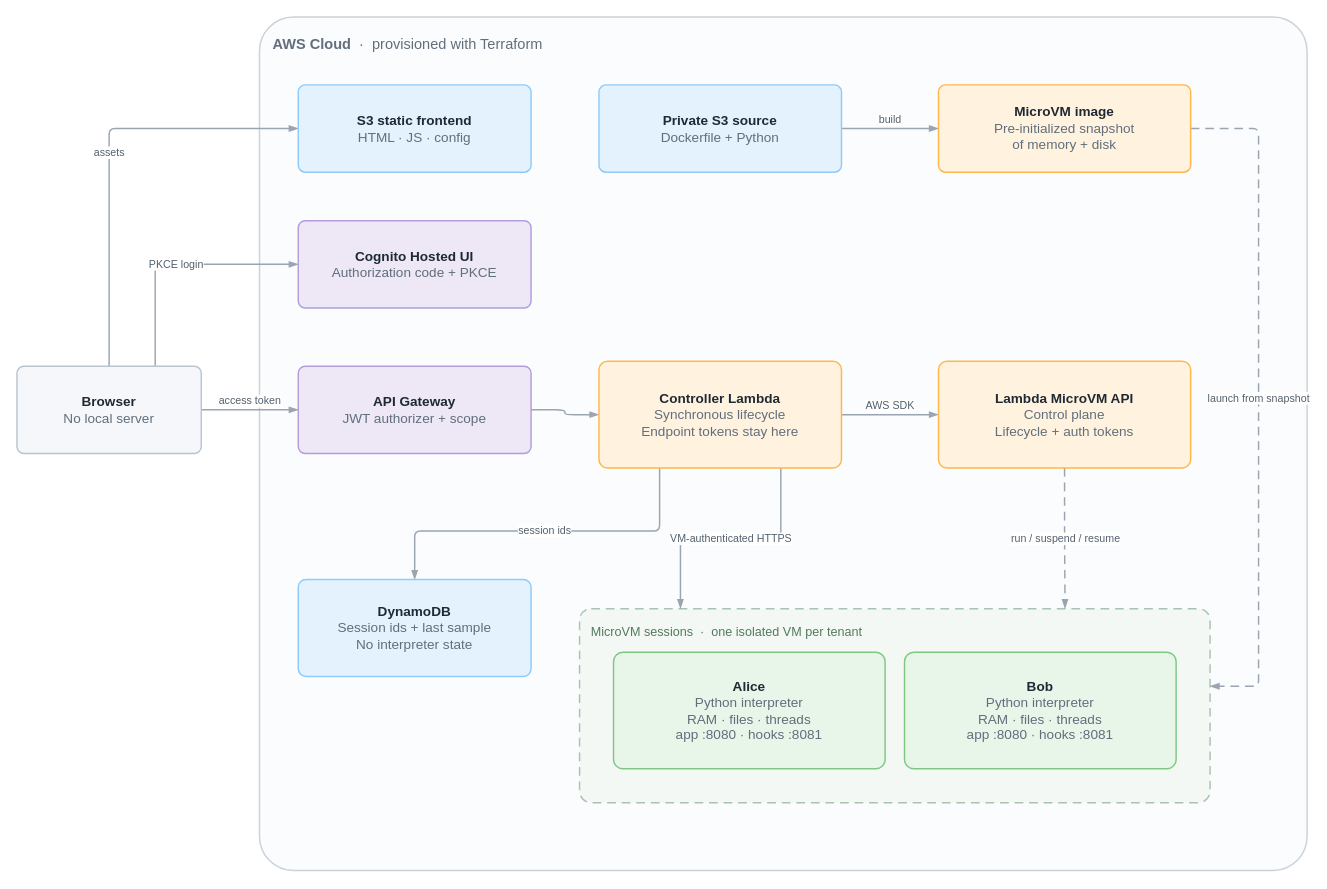
mamonaco1973/aws-lambda-microvms keeps this draw.io diagram as aws-lambda-microvms.drawio. Above is the earlier version. Source tidied: cells renumbered, new cells numbered last; positions are measured from the earlier drawing's top-left corner, leaving out a move shared by most shapes. Both pictures are drawn from the tidied source at 97%, with x=0, y=0 at pixel (16, 16).
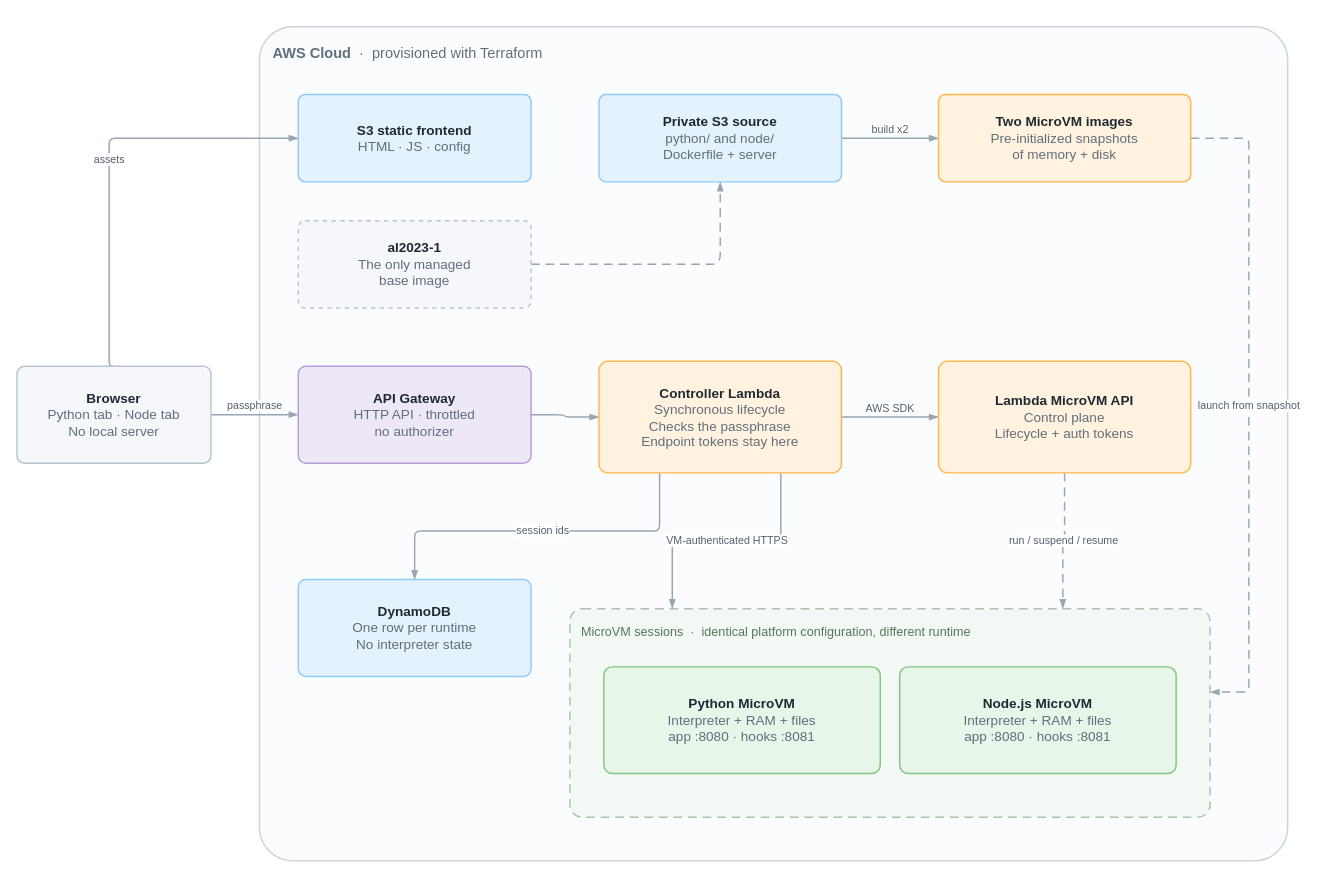
Above is the later version.

What changed in the source:
```diff
@@
     <mxCell id="2" value="&lt;b&gt;AWS Cloud&lt;/b&gt;  ·  provisioned with Terraform" style="rounded=1;arcSize=4;fillColor=#FBFCFD;strokeColor=#CBD2D9;strokeWidth=1.5;verticalAlign=top;align=left;spacing=14;fontSize=15;fontColor=#616E7C;fontFamily=Helvetica;html=1;" parent="1" vertex="1">
-      <mxGeometry x="250" width="1080" height="880" as="geometry" />
+      <mxGeometry x="250" y="10" width="1060" height="860" as="geometry" />
     </mxCell>
-    <mxCell id="3" value="MicroVM sessions  ·  one isolated VM per tenant" style="rounded=1;arcSize=6;fillColor=#F4F8F5;strokeColor=#A7C4AE;strokeWidth=1.5;dashed=1;dashPattern=6 4;verticalAlign=top;align=left;spacing=12;fontSize=13;fontColor=#52795D;fontFamily=Helvetica;html=1;" parent="1" vertex="1">
-      <mxGeometry x="580" y="610" width="650" height="200" as="geometry" />
+    <mxCell id="3" value="MicroVM sessions  ·  identical platform configuration, different runtime" style="rounded=1;arcSize=6;fillColor=#F4F8F5;strokeColor=#A7C4AE;strokeWidth=1.5;dashed=1;dashPattern=6 4;verticalAlign=top;align=left;spacing=12;fontSize=13;fontColor=#52795D;fontFamily=Helvetica;html=1;" parent="1" vertex="1">
+      <mxGeometry x="570" y="610" width="660" height="215" as="geometry" />
     </mxCell>
     <mxCell id="4" value="assets" style="edgeStyle=orthogonalEdgeStyle;rounded=1;arcSize=12;html=1;fontSize=11;fontColor=#52606D;fontFamily=Helvetica;strokeColor=#9AA5B1;strokeWidth=1.5;endArrow=blockThin;endFill=1;labelBackgroundColor=#FFFFFF;exitX=0.5;exitY=0;exitDx=0;exitDy=0;entryX=0;entryY=0.5;entryDx=0;entryDy=0;" parent="1" edge="1" source="14" target="15">
       <mxGeometry relative="1" as="geometry">
         <Array as="points">
-          <mxPoint x="95" y="115" />
+          <mxPoint x="95" y="125" />
         </Array>
       </mxGeometry>
     </mxCell>
-    <mxCell id="5" value="PKCE login" style="edgeStyle=orthogonalEdgeStyle;rounded=1;arcSize=12;html=1;fontSize=11;fontColor=#52606D;fontFamily=Helvetica;strokeColor=#9AA5B1;strokeWidth=1.5;endArrow=blockThin;endFill=1;labelBackgroundColor=#FFFFFF;exitX=0.75;exitY=0;exitDx=0;exitDy=0;entryX=0;entryY=0.5;entryDx=0;entryDy=0;" parent="1" edge="1" source="14" target="16">
-      <mxGeometry relative="1" as="geometry">
-        <Array as="points">
-          <mxPoint x="143" y="255" />
-        </Array>
-      </mxGeometry>
+    <mxCell id="5" value="passphrase" style="edgeStyle=orthogonalEdgeStyle;rounded=1;html=1;fontSize=11;fontColor=#52606D;fontFamily=Helvetica;strokeColor=#9AA5B1;strokeWidth=1.5;endArrow=blockThin;endFill=1;labelBackgroundColor=#FFFFFF;verticalAlign=bottom;" parent="1" edge="1" source="14" target="17">
+      <mxGeometry relative="1" as="geometry" />
     </mxCell>
-    <mxCell id="6" value="access token" style="edgeStyle=orthogonalEdgeStyle;rounded=1;html=1;fontSize=11;fontColor=#52606D;fontFamily=Helvetica;strokeColor=#9AA5B1;strokeWidth=1.5;endArrow=blockThin;endFill=1;labelBackgroundColor=#FFFFFF;verticalAlign=bottom;" parent="1" edge="1" source="14" target="17">
+    <mxCell id="6" style="edgeStyle=orthogonalEdgeStyle;rounded=1;html=1;fontSize=11;strokeColor=#9AA5B1;strokeWidth=1.5;endArrow=blockThin;endFill=1;" parent="1" edge="1" source="17" target="21">
       <mxGeometry relative="1" as="geometry" />
     </mxCell>
-    <mxCell id="7" style="edgeStyle=orthogonalEdgeStyle;rounded=1;html=1;fontSize=11;strokeColor=#9AA5B1;strokeWidth=1.5;endArrow=blockThin;endFill=1;" parent="1" edge="1" source="17" target="21">
-      <mxGeometry relative="1" as="geometry" />
+    <mxCell id="7" value="session ids" style="edgeStyle=orthogonalEdgeStyle;rounded=1;arcSize=12;html=1;fontSize=11;fontColor=#52606D;fontFamily=Helvetica;strokeColor=#9AA5B1;strokeWidth=1.5;endArrow=blockThin;endFill=1;labelBackgroundColor=#FFFFFF;exitX=0.25;exitY=1;exitDx=0;exitDy=0;entryX=0.5;entryY=0;entryDx=0;entryDy=0;" parent="1" edge="1" source="21" target="18">
+      <mxGeometry relative="1" as="geometry">
+        <Array as="points">
+          <mxPoint x="663" y="530" />
+          <mxPoint x="410" y="530" />
+        </Array>
+      </mxGeometry>
     </mxCell>
-    <mxCell id="8" value="session ids" style="edgeStyle=orthogonalEdgeStyle;rounded=1;arcSize=12;html=1;fontSize=11;fontColor=#52606D;fontFamily=Helvetica;strokeColor=#9AA5B1;strokeWidth=1.5;endArrow=blockThin;endFill=1;labelBackgroundColor=#FFFFFF;exitX=0.25;exitY=1;exitDx=0;exitDy=0;entryX=0.5;entryY=0;entryDx=0;entryDy=0;" parent="1" edge="1" source="21" target="18">
-      <mxGeometry relative="1" as="geometry">
-        <Array as="points">
-          <mxPoint x="663" y="530" />
-          <mxPoint x="410" y="530" />
-        </Array>
-      </mxGeometry>
+    <mxCell id="8" value="AWS SDK" style="edgeStyle=orthogonalEdgeStyle;rounded=1;html=1;fontSize=11;fontColor=#52606D;fontFamily=Helvetica;strokeColor=#9AA5B1;strokeWidth=1.5;endArrow=blockThin;endFill=1;labelBackgroundColor=#FFFFFF;verticalAlign=bottom;" parent="1" edge="1" source="21" target="22">
+      <mxGeometry relative="1" as="geometry" />
     </mxCell>
-    <mxCell id="9" value="AWS SDK" style="edgeStyle=orthogonalEdgeStyle;rounded=1;html=1;fontSize=11;fontColor=#52606D;fontFamily=Helvetica;strokeColor=#9AA5B1;strokeWidth=1.5;endArrow=blockThin;endFill=1;labelBackgroundColor=#FFFFFF;verticalAlign=bottom;" parent="1" edge="1" source="21" target="22">
+    <mxCell id="9" value="VM-authenticated HTTPS" style="edgeStyle=orthogonalEdgeStyle;rounded=1;arcSize=12;html=1;fontSize=11;fontColor=#52606D;fontFamily=Helvetica;strokeColor=#9AA5B1;strokeWidth=1.5;endArrow=blockThin;endFill=1;labelBackgroundColor=#FFFFFF;exitX=0.75;exitY=1;exitDx=0;exitDy=0;entryX=0.16;entryY=0;entryDx=0;entryDy=0;" parent="1" edge="1" source="21" target="3">
       <mxGeometry relative="1" as="geometry" />
     </mxCell>
-    <mxCell id="10" value="VM-authenticated HTTPS" style="edgeStyle=orthogonalEdgeStyle;rounded=1;arcSize=12;html=1;fontSize=11;fontColor=#52606D;fontFamily=Helvetica;strokeColor=#9AA5B1;strokeWidth=1.5;endArrow=blockThin;endFill=1;labelBackgroundColor=#FFFFFF;exitX=0.75;exitY=1;exitDx=0;exitDy=0;entryX=0.16;entryY=0;entryDx=0;entryDy=0;" parent="1" edge="1" source="21" target="3">
+    <mxCell id="10" value="run / suspend / resume" style="edgeStyle=orthogonalEdgeStyle;rounded=1;arcSize=12;html=1;fontSize=11;fontColor=#52606D;fontFamily=Helvetica;strokeColor=#9AA5B1;strokeWidth=1.5;endArrow=blockThin;endFill=1;dashed=1;dashPattern=6 4;labelBackgroundColor=#FFFFFF;exitX=0.5;exitY=1;exitDx=0;exitDy=0;entryX=0.77;entryY=0;entryDx=0;entryDy=0;" parent="1" edge="1" source="22" target="3">
       <mxGeometry relative="1" as="geometry" />
     </mxCell>
-    <mxCell id="11" value="run / suspend / resume" style="edgeStyle=orthogonalEdgeStyle;rounded=1;arcSize=12;html=1;fontSize=11;fontColor=#52606D;fontFamily=Helvetica;strokeColor=#9AA5B1;strokeWidth=1.5;endArrow=blockThin;endFill=1;dashed=1;dashPattern=6 4;labelBackgroundColor=#FFFFFF;exitX=0.5;exitY=1;exitDx=0;exitDy=0;entryX=0.77;entryY=0;entryDx=0;entryDy=0;" parent="1" edge="1" source="22" target="3">
+    <mxCell id="11" value="build x2" style="edgeStyle=orthogonalEdgeStyle;rounded=1;html=1;fontSize=11;fontColor=#52606D;fontFamily=Helvetica;strokeColor=#9AA5B1;strokeWidth=1.5;endArrow=blockThin;endFill=1;labelBackgroundColor=#FFFFFF;verticalAlign=bottom;" parent="1" edge="1" source="19" target="26">
       <mxGeometry relative="1" as="geometry" />
     </mxCell>
-    <mxCell id="12" value="build" style="edgeStyle=orthogonalEdgeStyle;rounded=1;html=1;fontSize=11;fontColor=#52606D;fontFamily=Helvetica;strokeColor=#9AA5B1;strokeWidth=1.5;endArrow=blockThin;endFill=1;labelBackgroundColor=#FFFFFF;verticalAlign=bottom;" parent="1" edge="1" source="19" target="20">
+    <mxCell id="12" style="edgeStyle=orthogonalEdgeStyle;rounded=1;html=1;fontSize=11;strokeColor=#9AA5B1;strokeWidth=1.5;endArrow=blockThin;endFill=1;dashed=1;dashPattern=6 4;" parent="1" edge="1" source="25" target="19">
       <mxGeometry relative="1" as="geometry" />
     </mxCell>
-    <mxCell id="13" value="launch from snapshot" style="edgeStyle=orthogonalEdgeStyle;rounded=1;arcSize=12;html=1;fontSize=11;fontColor=#52606D;fontFamily=Helvetica;strokeColor=#9AA5B1;strokeWidth=1.5;endArrow=blockThin;endFill=1;dashed=1;dashPattern=6 4;labelBackgroundColor=#FFFFFF;exitX=1;exitY=0.5;exitDx=0;exitDy=0;entryX=1;entryY=0.4;entryDx=0;entryDy=0;" parent="1" edge="1" source="20" target="3">
+    <mxCell id="13" value="launch from snapshot" style="edgeStyle=orthogonalEdgeStyle;rounded=1;arcSize=12;html=1;fontSize=11;fontColor=#52606D;fontFamily=Helvetica;strokeColor=#9AA5B1;strokeWidth=1.5;endArrow=blockThin;endFill=1;dashed=1;dashPattern=6 4;labelBackgroundColor=#FFFFFF;exitX=1;exitY=0.5;exitDx=0;exitDy=0;entryX=1;entryY=0.4;entryDx=0;entryDy=0;" parent="1" edge="1" source="26" target="3">
       <mxGeometry relative="1" as="geometry">
         <Array as="points">
-          <mxPoint x="1280" y="115" />
-          <mxPoint x="1280" y="690" />
+          <mxPoint x="1270" y="125" />
+          <mxPoint x="1270" y="696" />
         </Array>
       </mxGeometry>
     </mxCell>
-    <mxCell id="14" value="&lt;b&gt;Browser&lt;/b&gt;&lt;br&gt;&lt;font color=&quot;#616E7C&quot;&gt;No local server&lt;/font&gt;" style="rounded=1;arcSize=8;whiteSpace=wrap;html=1;fontSize=14;fontColor=#1F2933;fontFamily=Helvetica;fillColor=#F5F7FA;strokeColor=#B9C4D0;strokeWidth=1.5;" parent="1" vertex="1">
-      <mxGeometry y="360" width="190" height="90" as="geometry" />
+    <mxCell id="14" value="&lt;b&gt;Browser&lt;/b&gt;&lt;br&gt;&lt;font color=&quot;#616E7C&quot;&gt;Python tab · Node tab&lt;br&gt;No local server&lt;/font&gt;" style="rounded=1;arcSize=8;whiteSpace=wrap;html=1;fontSize=14;fontColor=#1F2933;fontFamily=Helvetica;fillColor=#F5F7FA;strokeColor=#B9C4D0;strokeWidth=1.5;" parent="1" vertex="1">
+      <mxGeometry y="360" width="200" height="100" as="geometry" />
     </mxCell>
     <mxCell id="15" value="&lt;b&gt;S3 static frontend&lt;/b&gt;&lt;br&gt;&lt;font color=&quot;#616E7C&quot;&gt;HTML · JS · config&lt;/font&gt;" style="rounded=1;arcSize=8;whiteSpace=wrap;html=1;fontSize=14;fontColor=#1F2933;fontFamily=Helvetica;fillColor=#E3F2FD;strokeColor=#90CAF9;strokeWidth=1.5;" parent="1" vertex="1">
-      <mxGeometry x="290" y="70" width="240" height="90" as="geometry" />
+      <mxGeometry x="290" y="80" width="240" height="90" as="geometry" />
     </mxCell>
-    <mxCell id="16" value="&lt;b&gt;Cognito Hosted UI&lt;/b&gt;&lt;br&gt;&lt;font color=&quot;#616E7C&quot;&gt;Authorization code + PKCE&lt;/font&gt;" style="rounded=1;arcSize=8;whiteSpace=wrap;html=1;fontSize=14;fontColor=#1F2933;fontFamily=Helvetica;fillColor=#EDE7F6;strokeColor=#B39DDB;strokeWidth=1.5;" parent="1" vertex="1">
-      <mxGeometry x="290" y="210" width="240" height="90" as="geometry" />
-    </mxCell>
-    <mxCell id="17" value="&lt;b&gt;API Gateway&lt;/b&gt;&lt;br&gt;&lt;font color=&quot;#616E7C&quot;&gt;JWT authorizer + scope&lt;/font&gt;" style="rounded=1;arcSize=8;whiteSpace=wrap;html=1;fontSize=14;fontColor=#1F2933;fontFamily=Helvetica;fillColor=#EDE7F6;strokeColor=#B39DDB;strokeWidth=1.5;" parent="1" vertex="1">
-      <mxGeometry x="290" y="360" width="240" height="90" as="geometry" />
+    <mxCell id="17" value="&lt;b&gt;API Gateway&lt;/b&gt;&lt;br&gt;&lt;font color=&quot;#616E7C&quot;&gt;HTTP API · throttled&lt;br&gt;no authorizer&lt;/font&gt;" style="rounded=1;arcSize=8;whiteSpace=wrap;html=1;fontSize=14;fontColor=#1F2933;fontFamily=Helvetica;fillColor=#EDE7F6;strokeColor=#B39DDB;strokeWidth=1.5;" parent="1" vertex="1">
+      <mxGeometry x="290" y="360" width="240" height="100" as="geometry" />
     </mxCell>
-    <mxCell id="18" value="&lt;b&gt;DynamoDB&lt;/b&gt;&lt;br&gt;&lt;font color=&quot;#616E7C&quot;&gt;Session ids + last sample&lt;br&gt;No interpreter state&lt;/font&gt;" style="rounded=1;arcSize=8;whiteSpace=wrap;html=1;fontSize=14;fontColor=#1F2933;fontFamily=Helvetica;fillColor=#E3F2FD;strokeColor=#90CAF9;strokeWidth=1.5;" parent="1" vertex="1">
+    <mxCell id="18" value="&lt;b&gt;DynamoDB&lt;/b&gt;&lt;br&gt;&lt;font color=&quot;#616E7C&quot;&gt;One row per runtime&lt;br&gt;No interpreter state&lt;/font&gt;" style="rounded=1;arcSize=8;whiteSpace=wrap;html=1;fontSize=14;fontColor=#1F2933;fontFamily=Helvetica;fillColor=#E3F2FD;strokeColor=#90CAF9;strokeWidth=1.5;" parent="1" vertex="1">
       <mxGeometry x="290" y="580" width="240" height="100" as="geometry" />
     </mxCell>
+    <mxCell id="25" value="&lt;b&gt;al2023-1&lt;/b&gt;&lt;br&gt;&lt;font color=&quot;#616E7C&quot;&gt;The only managed&lt;br&gt;base image&lt;/font&gt;" style="rounded=1;arcSize=8;whiteSpace=wrap;html=1;fontSize=14;fontColor=#1F2933;fontFamily=Helvetica;fillColor=#F5F7FA;strokeColor=#B9C4D0;strokeWidth=1.5;dashed=1;" parent="1" vertex="1">
+      <mxGeometry x="290" y="210" width="240" height="90" as="geometry" />
+    </mxCell>
-    <mxCell id="19" value="&lt;b&gt;Private S3 source&lt;/b&gt;&lt;br&gt;&lt;font color=&quot;#616E7C&quot;&gt;Dockerfile + Python&lt;/font&gt;" style="rounded=1;arcSize=8;whiteSpace=wrap;html=1;fontSize=14;fontColor=#1F2933;fontFamily=Helvetica;fillColor=#E3F2FD;strokeColor=#90CAF9;strokeWidth=1.5;" parent="1" vertex="1">
-      <mxGeometry x="600" y="70" width="250" height="90" as="geometry" />
+    <mxCell id="19" value="&lt;b&gt;Private S3 source&lt;/b&gt;&lt;br&gt;&lt;font color=&quot;#616E7C&quot;&gt;python/ and node/&lt;br&gt;Dockerfile + server&lt;/font&gt;" style="rounded=1;arcSize=8;whiteSpace=wrap;html=1;fontSize=14;fontColor=#1F2933;fontFamily=Helvetica;fillColor=#E3F2FD;strokeColor=#90CAF9;strokeWidth=1.5;" parent="1" vertex="1">
+      <mxGeometry x="600" y="80" width="250" height="90" as="geometry" />
     </mxCell>
-    <mxCell id="20" value="&lt;b&gt;MicroVM image&lt;/b&gt;&lt;br&gt;&lt;font color=&quot;#616E7C&quot;&gt;Pre-initialized snapshot&lt;br&gt;of memory + disk&lt;/font&gt;" style="rounded=1;arcSize=8;whiteSpace=wrap;html=1;fontSize=14;fontColor=#1F2933;fontFamily=Helvetica;fillColor=#FFF3E0;strokeColor=#FFB74D;strokeWidth=1.5;" parent="1" vertex="1">
-      <mxGeometry x="950" y="70" width="260" height="90" as="geometry" />
-    </mxCell>
+    <mxCell id="26" value="&lt;b&gt;Two MicroVM images&lt;/b&gt;&lt;br&gt;&lt;font color=&quot;#616E7C&quot;&gt;Pre-initialized snapshots&lt;br&gt;of memory + disk&lt;/font&gt;" style="rounded=1;arcSize=8;whiteSpace=wrap;html=1;fontSize=14;fontColor=#1F2933;fontFamily=Helvetica;fillColor=#FFF3E0;strokeColor=#FFB74D;strokeWidth=1.5;" parent="1" vertex="1">
+      <mxGeometry x="950" y="80" width="260" height="90" as="geometry" />
+    </mxCell>
-    <mxCell id="21" value="&lt;b&gt;Controller Lambda&lt;/b&gt;&lt;br&gt;&lt;font color=&quot;#616E7C&quot;&gt;Synchronous lifecycle&lt;br&gt;Endpoint tokens stay here&lt;/font&gt;" style="rounded=1;arcSize=8;whiteSpace=wrap;html=1;fontSize=14;fontColor=#1F2933;fontFamily=Helvetica;fillColor=#FFF3E0;strokeColor=#FFB74D;strokeWidth=1.5;" parent="1" vertex="1">
-      <mxGeometry x="600" y="355" width="250" height="110" as="geometry" />
+    <mxCell id="21" value="&lt;b&gt;Controller Lambda&lt;/b&gt;&lt;br&gt;&lt;font color=&quot;#616E7C&quot;&gt;Synchronous lifecycle&lt;br&gt;Checks the passphrase&lt;br&gt;Endpoint tokens stay here&lt;/font&gt;" style="rounded=1;arcSize=8;whiteSpace=wrap;html=1;fontSize=14;fontColor=#1F2933;fontFamily=Helvetica;fillColor=#FFF3E0;strokeColor=#FFB74D;strokeWidth=1.5;" parent="1" vertex="1">
+      <mxGeometry x="600" y="355" width="250" height="115" as="geometry" />
     </mxCell>
     <mxCell id="22" value="&lt;b&gt;Lambda MicroVM API&lt;/b&gt;&lt;br&gt;&lt;font color=&quot;#616E7C&quot;&gt;Control plane&lt;br&gt;Lifecycle + auth tokens&lt;/font&gt;" style="rounded=1;arcSize=8;whiteSpace=wrap;html=1;fontSize=14;fontColor=#1F2933;fontFamily=Helvetica;fillColor=#FFF3E0;strokeColor=#FFB74D;strokeWidth=1.5;" parent="1" vertex="1">
-      <mxGeometry x="950" y="355" width="260" height="110" as="geometry" />
+      <mxGeometry x="950" y="355" width="260" height="115" as="geometry" />
     </mxCell>
-    <mxCell id="23" value="&lt;b&gt;Alice&lt;/b&gt;&lt;br&gt;&lt;font color=&quot;#616E7C&quot;&gt;Python interpreter&lt;br&gt;RAM · files · threads&lt;br&gt;app :8080 · hooks :8081&lt;/font&gt;" style="rounded=1;arcSize=8;whiteSpace=wrap;html=1;fontSize=14;fontColor=#1F2933;fontFamily=Helvetica;fillColor=#E8F5E9;strokeColor=#81C784;strokeWidth=1.5;" parent="1" vertex="1">
-      <mxGeometry x="615" y="655" width="280" height="120" as="geometry" />
-    </mxCell>
-    <mxCell id="24" value="&lt;b&gt;Bob&lt;/b&gt;&lt;br&gt;&lt;font color=&quot;#616E7C&quot;&gt;Python interpreter&lt;br&gt;RAM · files · threads&lt;br&gt;app :8080 · hooks :8081&lt;/font&gt;" style="rounded=1;arcSize=8;whiteSpace=wrap;html=1;fontSize=14;fontColor=#1F2933;fontFamily=Helvetica;fillColor=#E8F5E9;strokeColor=#81C784;strokeWidth=1.5;" parent="1" vertex="1">
-      <mxGeometry x="915" y="655" width="280" height="120" as="geometry" />
-    </mxCell>
+    <mxCell id="27" value="&lt;b&gt;Python MicroVM&lt;/b&gt;&lt;br&gt;&lt;font color=&quot;#616E7C&quot;&gt;Interpreter + RAM + files&lt;br&gt;app :8080 · hooks :8081&lt;/font&gt;" style="rounded=1;arcSize=8;whiteSpace=wrap;html=1;fontSize=14;fontColor=#1F2933;fontFamily=Helvetica;fillColor=#E8F5E9;strokeColor=#81C784;strokeWidth=1.5;" parent="1" vertex="1">
+      <mxGeometry x="605" y="670" width="285" height="110" as="geometry" />
+    </mxCell>
+    <mxCell id="28" value="&lt;b&gt;Node.js MicroVM&lt;/b&gt;&lt;br&gt;&lt;font color=&quot;#616E7C&quot;&gt;Interpreter + RAM + files&lt;br&gt;app :8080 · hooks :8081&lt;/font&gt;" style="rounded=1;arcSize=8;whiteSpace=wrap;html=1;fontSize=14;fontColor=#1F2933;fontFamily=Helvetica;fillColor=#E8F5E9;strokeColor=#81C784;strokeWidth=1.5;" parent="1" vertex="1">
+      <mxGeometry x="910" y="670" width="285" height="110" as="geometry" />
+    </mxCell>
```
